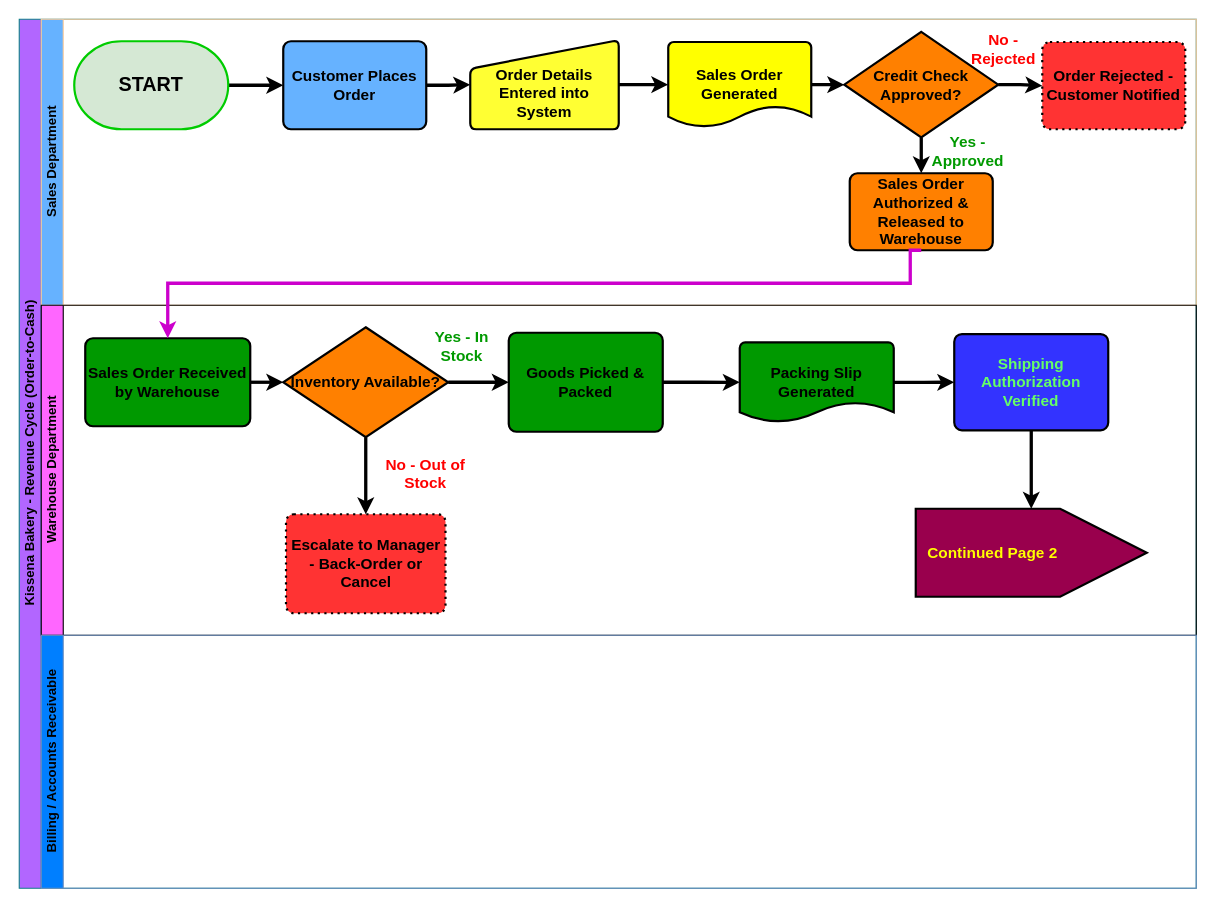
diemo1989-dot/drawio keeps this draw.io diagram as page "Page-1" (1 of 2) of Revenue_Cycle_Controls.drawio. Above is the earlier version. Source tidied: cells renumbered, new cells numbered last; positions are measured from the earlier drawing's top-left corner, leaving out a move shared by most shapes. Both pictures are drawn from the tidied source at 110%, with x=0, y=0 at pixel (19, 19).
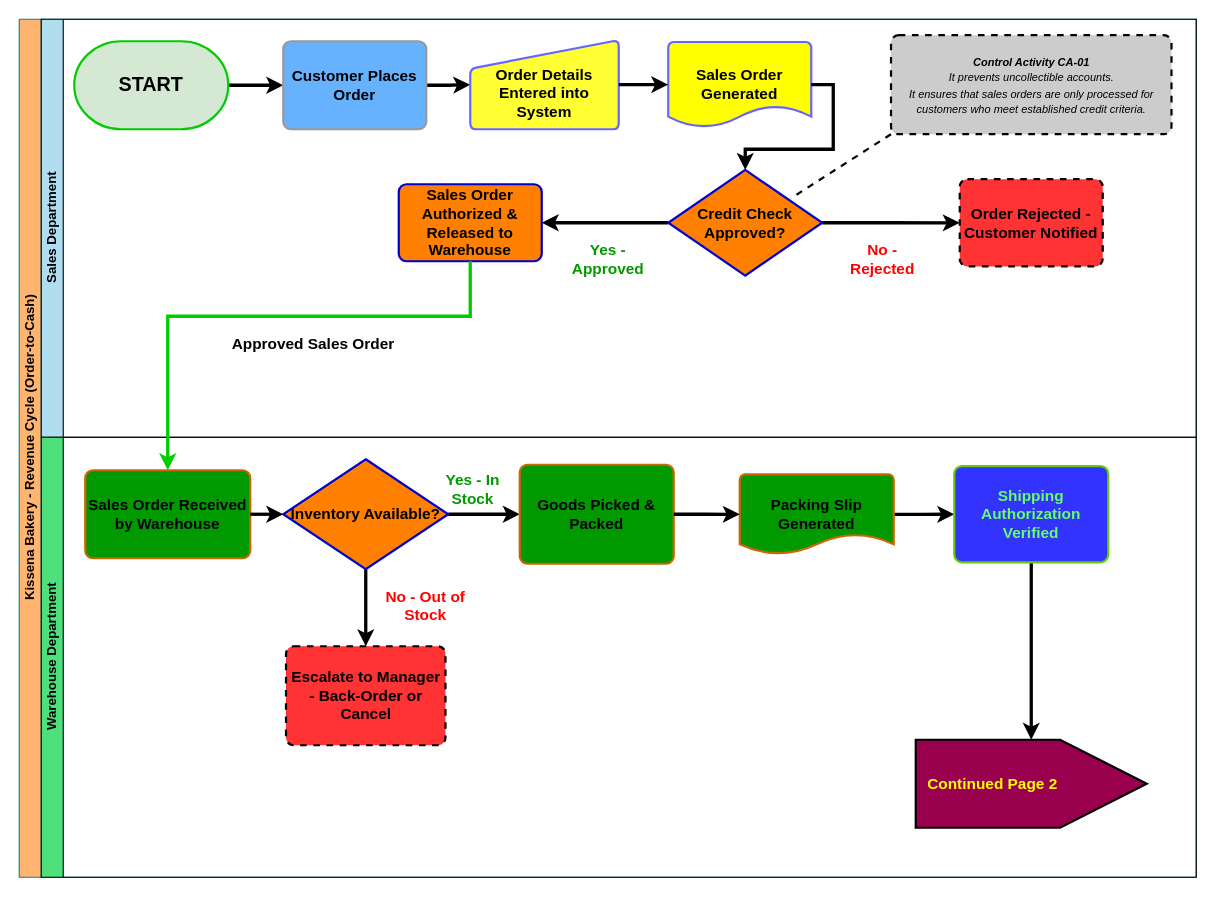
The same diagram, later.

The edit, as a diff of the source:
```diff
@@
-    <mxCell id="2" value="Kissena Bakery - Revenue Cycle (Order-to-Cash)" style="swimlane;horizontal=0;startSize=20;html=1;fillColor=#B266FF;strokeColor=#0e8088;" parent="1" vertex="1">
-      <mxGeometry width="1070" height="790" as="geometry" />
+    <mxCell id="2" value="Kissena Bakery - Revenue Cycle (Order-to-Cash)" style="swimlane;horizontal=0;startSize=20;html=1;fillColor=#FFB570;strokeColor=#0E8088;" parent="1" vertex="1">
+      <mxGeometry width="1070" height="780" as="geometry" />
     </mxCell>
-    <mxCell id="3" value="Sales Department" style="swimlane;startSize=20;horizontal=0;html=1;fillColor=#66B2FF;strokeColor=#FFCC99;" parent="2" vertex="1">
-      <mxGeometry x="20" width="1050" height="260" as="geometry" />
+    <mxCell id="3" value="Sales Department" style="swimlane;startSize=20;horizontal=0;html=1;fillColor=#B1DDF0;strokeColor=#000000;" parent="2" vertex="1">
+      <mxGeometry x="20" width="1050" height="380" as="geometry" />
     </mxCell>
@@
-    <mxCell id="7" value="&lt;b&gt;&lt;font style=&quot;font-size: 14px;&quot;&gt;Customer Places Order&lt;/font&gt;&lt;/b&gt;" style="rounded=1;whiteSpace=wrap;html=1;absoluteArcSize=1;arcSize=14;strokeWidth=2;fillColor=#66B2FF;strokeColor=default;align=center;verticalAlign=middle;fontFamily=Helvetica;fontSize=12;fontColor=default;" parent="3" vertex="1">
+    <mxCell id="7" value="&lt;b&gt;&lt;font style=&quot;font-size: 14px;&quot;&gt;Customer Places Order&lt;/font&gt;&lt;/b&gt;" style="rounded=1;whiteSpace=wrap;html=1;absoluteArcSize=1;arcSize=14;strokeWidth=2;fillColor=#66B2FF;strokeColor=#999999;align=center;verticalAlign=middle;fontFamily=Helvetica;fontSize=12;fontColor=default;" parent="3" vertex="1">
       <mxGeometry x="220" y="20" width="130" height="80" as="geometry" />
     </mxCell>
-    <mxCell id="8" value="&lt;br&gt;&lt;b&gt;&lt;font style=&quot;font-size: 14px; color: rgb(0, 0, 0);&quot;&gt;Order Details Entered into System&lt;/font&gt;&lt;/b&gt;" style="html=1;strokeWidth=2;shape=manualInput;whiteSpace=wrap;rounded=1;size=26;arcSize=11;fillColor=#FFFF33;strokeColor=#000000;" parent="3" vertex="1">
+    <mxCell id="8" value="&lt;br&gt;&lt;b&gt;&lt;font style=&quot;font-size: 14px; color: rgb(0, 0, 0);&quot;&gt;Order Details Entered into System&lt;/font&gt;&lt;/b&gt;" style="html=1;strokeWidth=2;shape=manualInput;whiteSpace=wrap;rounded=1;size=26;arcSize=11;fillColor=#FFFF33;strokeColor=#6666FF;" parent="3" vertex="1">
       <mxGeometry x="390" y="19" width="135" height="81" as="geometry" />
     </mxCell>
-    <mxCell id="9" value="&lt;b&gt;&lt;font style=&quot;font-size: 14px;&quot;&gt;Sales Order Generated&lt;/font&gt;&lt;/b&gt;" style="strokeWidth=2;html=1;shape=mxgraph.flowchart.document2;whiteSpace=wrap;size=0.25;fillColor=#FFFF00;strokeColor=#000000;" parent="3" vertex="1">
+    <mxCell id="9" value="&lt;b&gt;&lt;font style=&quot;font-size: 14px;&quot;&gt;Sales Order Generated&lt;/font&gt;&lt;/b&gt;" style="strokeWidth=2;html=1;shape=mxgraph.flowchart.document2;whiteSpace=wrap;size=0.25;fillColor=#FFFF00;strokeColor=#6666FF;" parent="3" vertex="1">
       <mxGeometry x="570" y="20.7" width="130" height="77.5" as="geometry" />
     </mxCell>
@@
-    <mxCell id="12" style="edgeStyle=orthogonalEdgeStyle;rounded=0;jettySize=auto;html=1;exitX=0.5;exitY=1;exitDx=0;exitDy=0;exitPerimeter=0;entryX=0.5;entryY=0;entryDx=0;entryDy=0;strokeWidth=3;" parent="3" edge="1" source="13" target="18">
+    <mxCell id="12" style="edgeStyle=orthogonalEdgeStyle;rounded=0;jettySize=auto;html=1;exitX=0;exitY=0.5;exitDx=0;exitDy=0;exitPerimeter=0;entryX=1;entryY=0.5;entryDx=0;entryDy=0;strokeWidth=3;" parent="3" edge="1" source="13" target="18">
       <mxGeometry relative="1" as="geometry" />
     </mxCell>
-    <mxCell id="13" value="&lt;font style=&quot;font-size: 14px;&quot;&gt;&lt;b&gt;Credit Check Approved?&lt;/b&gt;&lt;/font&gt;" style="strokeWidth=2;html=1;shape=mxgraph.flowchart.decision;whiteSpace=wrap;fillColor=#FF8000;strokeColor=#000000;" parent="3" vertex="1">
-      <mxGeometry x="730" y="11.5" width="140" height="96" as="geometry" />
+    <mxCell id="13" value="&lt;font style=&quot;font-size: 14px;&quot;&gt;&lt;b&gt;Credit Check Approved?&lt;/b&gt;&lt;/font&gt;" style="strokeWidth=2;html=1;shape=mxgraph.flowchart.decision;whiteSpace=wrap;fillColor=#FF8000;strokeColor=#0000CC;" parent="3" vertex="1">
+      <mxGeometry x="570" y="137" width="140" height="96" as="geometry" />
     </mxCell>
-    <mxCell id="14" style="edgeStyle=orthogonalEdgeStyle;rounded=0;jettySize=auto;html=1;exitX=1;exitY=0.5;exitDx=0;exitDy=0;exitPerimeter=0;entryX=0;entryY=0.5;entryDx=0;entryDy=0;entryPerimeter=0;strokeWidth=3;" parent="3" edge="1" source="9" target="13">
-      <mxGeometry relative="1" as="geometry" />
-    </mxCell>
     <mxCell id="15" value="&lt;font style=&quot;font-size: 14px; color: rgb(0, 153, 0);&quot;&gt;&lt;b style=&quot;&quot;&gt;Yes - Approved&lt;/b&gt;&lt;/font&gt;" style="text;html=1;whiteSpace=wrap;strokeColor=none;fillColor=none;align=center;verticalAlign=middle;rounded=0;" parent="3" vertex="1">
-      <mxGeometry x="815" y="110" width="55" height="19.3" as="geometry" />
+      <mxGeometry x="488" y="208.4" width="55" height="19.3" as="geometry" />
     </mxCell>
     <mxCell id="16" value="&lt;font style=&quot;color: rgb(255, 0, 0); font-size: 14px;&quot;&gt;&lt;b style=&quot;&quot;&gt;No - Rejected&lt;/b&gt;&lt;/font&gt;" style="text;html=1;whiteSpace=wrap;strokeColor=none;fillColor=none;align=center;verticalAlign=middle;rounded=0;" parent="3" vertex="1">
-      <mxGeometry x="845" y="11.5" width="60" height="30" as="geometry" />
+      <mxGeometry x="735" y="203" width="60" height="30" as="geometry" />
     </mxCell>
-    <mxCell id="17" value="&lt;font style=&quot;font-size: 14px;&quot;&gt;&lt;b&gt;Order Rejected - Customer Notified&lt;/b&gt;&lt;/font&gt;" style="rounded=1;whiteSpace=wrap;html=1;absoluteArcSize=1;arcSize=14;strokeWidth=2;fillColor=#FF3333;dashed=1;dashPattern=1 2;" parent="3" vertex="1">
-      <mxGeometry x="910" y="20.7" width="130" height="79.3" as="geometry" />
+    <mxCell id="17" value="&lt;font style=&quot;font-size: 14px;&quot;&gt;&lt;b&gt;Order Rejected - Customer Notified&lt;/b&gt;&lt;/font&gt;" style="rounded=1;whiteSpace=wrap;html=1;absoluteArcSize=1;arcSize=14;strokeWidth=2;fillColor=#FF3333;dashed=1;" parent="3" vertex="1">
+      <mxGeometry x="835" y="145.4" width="130" height="79.3" as="geometry" />
     </mxCell>
-    <mxCell id="18" value="&lt;span style=&quot;text-align: start;&quot;&gt;&lt;font style=&quot;font-size: 14px; color: rgb(0, 0, 0);&quot; face=&quot;Helvetica&quot;&gt;&lt;b style=&quot;&quot;&gt;Sales Order Authorized &amp;amp; Released to Warehouse&lt;/b&gt;&lt;/font&gt;&lt;/span&gt;" style="rounded=1;whiteSpace=wrap;html=1;absoluteArcSize=1;arcSize=14;strokeWidth=2;fillColor=#FF8000;strokeColor=default;align=center;verticalAlign=middle;fontFamily=Helvetica;fontSize=12;fontColor=default;" parent="3" vertex="1">
-      <mxGeometry x="735" y="140" width="130" height="70" as="geometry" />
+    <mxCell id="18" value="&lt;span style=&quot;text-align: start;&quot;&gt;&lt;font style=&quot;font-size: 14px; color: rgb(0, 0, 0);&quot; face=&quot;Helvetica&quot;&gt;&lt;b style=&quot;&quot;&gt;Sales Order Authorized &amp;amp; Released to Warehouse&lt;/b&gt;&lt;/font&gt;&lt;/span&gt;" style="rounded=1;whiteSpace=wrap;html=1;absoluteArcSize=1;arcSize=14;strokeWidth=2;fillColor=#FF8000;strokeColor=#0000CC;align=center;verticalAlign=middle;fontFamily=Helvetica;fontSize=12;fontColor=default;" parent="3" vertex="1">
+      <mxGeometry x="325" y="150" width="130" height="70" as="geometry" />
     </mxCell>
+    <mxCell id="14" style="edgeStyle=orthogonalEdgeStyle;rounded=0;jettySize=auto;html=1;exitX=1;exitY=0.5;exitDx=0;exitDy=0;exitPerimeter=0;entryX=0.5;entryY=0;entryDx=0;entryDy=0;entryPerimeter=0;strokeWidth=3;" parent="3" edge="1" source="9" target="13">
+      <mxGeometry relative="1" as="geometry" />
+    </mxCell>
+    <mxCell id="38" value="&lt;font style=&quot;font-size: 10px;&quot;&gt;&lt;i style=&quot;&quot;&gt;&lt;b&gt;Control Activity CA-01&lt;/b&gt;&lt;/i&gt;&lt;/font&gt;&lt;div&gt;&lt;span style=&quot;font-size: 10px;&quot;&gt;&lt;i&gt;It prevents uncollectible accounts.&lt;/i&gt;&lt;/span&gt;&lt;/div&gt;&lt;div&gt;&lt;i style=&quot;&quot;&gt;&lt;span style=&quot;font-size: 10px;&quot;&gt;It ensures that sales orders are only processed for customers who meet established credit criteria.&lt;/span&gt;&lt;/i&gt;&lt;/div&gt;" style="rounded=1;whiteSpace=wrap;html=1;absoluteArcSize=1;arcSize=14;strokeWidth=2;dashed=1;fillColor=#CCCCCC;" parent="3" vertex="1">
+      <mxGeometry x="772.5" y="14.5" width="255" height="90" as="geometry" />
+    </mxCell>
+    <mxCell id="39" style="rounded=0;jettySize=auto;html=1;exitX=0;exitY=1;exitDx=0;exitDy=0;entryX=0.796;entryY=0.269;entryDx=0;entryDy=0;entryPerimeter=0;endArrow=none;endFill=0;strokeWidth=2;dashed=1;" parent="3" edge="1" source="38" target="13">
+      <mxGeometry relative="1" as="geometry" />
+    </mxCell>
+    <mxCell id="40" value="&lt;font style=&quot;font-size: 14px; color: rgb(0, 0, 0);&quot;&gt;&lt;b style=&quot;&quot;&gt;Approved Sales Order&lt;/b&gt;&lt;/font&gt;" style="text;html=1;whiteSpace=wrap;strokeColor=none;fillColor=none;align=center;verticalAlign=middle;rounded=0;" parent="3" vertex="1">
+      <mxGeometry x="165" y="280" width="165" height="30" as="geometry" />
+    </mxCell>
-    <mxCell id="19" value="Warehouse Department" style="swimlane;startSize=20;horizontal=0;html=1;fillColor=#FF66FF;" parent="2" vertex="1">
-      <mxGeometry x="20" y="260" width="1050" height="300" as="geometry" />
+    <mxCell id="19" value="Warehouse Department" style="swimlane;startSize=20;horizontal=0;html=1;fillColor=#4DE07D;" parent="2" vertex="1">
+      <mxGeometry x="20" y="380" width="1050" height="400" as="geometry" />
     </mxCell>
-    <mxCell id="20" value="&lt;font style=&quot;font-size: 14px;&quot;&gt;&lt;b&gt;Sales Order Received by Warehouse&lt;/b&gt;&lt;/font&gt;" style="rounded=1;whiteSpace=wrap;html=1;absoluteArcSize=1;arcSize=14;strokeWidth=2;fillColor=#009900;" parent="19" vertex="1">
+    <mxCell id="20" value="&lt;font style=&quot;font-size: 14px;&quot;&gt;&lt;b&gt;Sales Order Received by Warehouse&lt;/b&gt;&lt;/font&gt;" style="rounded=1;whiteSpace=wrap;html=1;absoluteArcSize=1;arcSize=14;strokeWidth=2;fillColor=#009900;strokeColor=#CC6600;" parent="19" vertex="1">
       <mxGeometry x="40" y="30" width="150" height="80" as="geometry" />
     </mxCell>
@@
-    <mxCell id="23" value="&lt;b&gt;&lt;font style=&quot;font-size: 14px;&quot;&gt;Inventory Available?&lt;/font&gt;&lt;/b&gt;" style="strokeWidth=2;html=1;shape=mxgraph.flowchart.decision;whiteSpace=wrap;fillColor=#FF8000;strokeColor=default;align=center;verticalAlign=middle;fontFamily=Helvetica;fontSize=12;fontColor=default;" parent="19" vertex="1">
+    <mxCell id="23" value="&lt;b&gt;&lt;font style=&quot;font-size: 14px;&quot;&gt;Inventory Available?&lt;/font&gt;&lt;/b&gt;" style="strokeWidth=2;html=1;shape=mxgraph.flowchart.decision;whiteSpace=wrap;fillColor=#FF8000;strokeColor=#0000CC;align=center;verticalAlign=middle;fontFamily=Helvetica;fontSize=12;fontColor=default;" parent="19" vertex="1">
       <mxGeometry x="220" y="20" width="150" height="100" as="geometry" />
     </mxCell>
@@
-    <mxCell id="26" value="&lt;font style=&quot;font-size: 14px;&quot;&gt;&lt;b&gt;Escalate to Manager - Back-Order or Cancel&lt;/b&gt;&lt;/font&gt;" style="rounded=1;whiteSpace=wrap;html=1;absoluteArcSize=1;arcSize=14;strokeWidth=2;dashed=1;dashPattern=1 2;strokeColor=default;align=center;verticalAlign=middle;fontFamily=Helvetica;fontSize=12;fontColor=default;fillColor=#FF3333;" parent="19" vertex="1">
+    <mxCell id="26" value="&lt;font style=&quot;font-size: 14px;&quot;&gt;&lt;b&gt;Escalate to Manager - Back-Order or Cancel&lt;/b&gt;&lt;/font&gt;" style="rounded=1;whiteSpace=wrap;html=1;absoluteArcSize=1;arcSize=14;strokeWidth=2;dashed=1;strokeColor=default;align=center;verticalAlign=middle;fontFamily=Helvetica;fontSize=12;fontColor=default;fillColor=#FF3333;" parent="19" vertex="1">
       <mxGeometry x="222.5" y="190" width="145" height="90" as="geometry" />
     </mxCell>
@@
-    <mxCell id="28" value="&lt;font style=&quot;font-size: 14px;&quot;&gt;&lt;b&gt;Packing Slip Generated&lt;/b&gt;&lt;/font&gt;" style="strokeWidth=2;html=1;shape=mxgraph.flowchart.document2;whiteSpace=wrap;size=0.25;fillColor=#009900;rounded=1;strokeColor=default;align=center;verticalAlign=middle;arcSize=14;absoluteArcSize=1;fontFamily=Helvetica;fontSize=12;fontColor=default;" parent="19" vertex="1">
+    <mxCell id="28" value="&lt;font style=&quot;font-size: 14px;&quot;&gt;&lt;b&gt;Packing Slip Generated&lt;/b&gt;&lt;/font&gt;" style="strokeWidth=2;html=1;shape=mxgraph.flowchart.document2;whiteSpace=wrap;size=0.25;fillColor=#009900;rounded=1;strokeColor=#CC6600;align=center;verticalAlign=middle;arcSize=14;absoluteArcSize=1;fontFamily=Helvetica;fontSize=12;fontColor=default;" parent="19" vertex="1">
       <mxGeometry x="635" y="33.8" width="140" height="72.5" as="geometry" />
     </mxCell>
@@
-    <mxCell id="30" value="&lt;b&gt;&lt;font style=&quot;font-size: 14px; color: rgb(102, 255, 102);&quot;&gt;Shipping Authorization Verified&lt;/font&gt;&lt;/b&gt;" style="rounded=1;whiteSpace=wrap;html=1;absoluteArcSize=1;arcSize=14;strokeWidth=2;strokeColor=#000000;fillColor=#3333FF;" parent="19" vertex="1">
+    <mxCell id="30" value="&lt;b&gt;&lt;font style=&quot;font-size: 14px; color: rgb(102, 255, 102);&quot;&gt;Shipping Authorization Verified&lt;/font&gt;&lt;/b&gt;" style="rounded=1;whiteSpace=wrap;html=1;absoluteArcSize=1;arcSize=14;strokeWidth=2;strokeColor=#66CC00;fillColor=#3333FF;" parent="19" vertex="1">
       <mxGeometry x="830" y="26.2" width="140" height="87.5" as="geometry" />
     </mxCell>
     <mxCell id="31" style="shape=offPageConnector;whiteSpace=wrap;html=1;rotation=-90;strokeWidth=2;fillColor=#99004D;" parent="19" vertex="1">
-      <mxGeometry x="860" y="120" width="80" height="210" as="geometry" />
+      <mxGeometry x="860" y="210" width="80" height="210" as="geometry" />
     </mxCell>
-    <mxCell id="32" value="&lt;b&gt;&lt;font style=&quot;font-size: 14px;&quot;&gt;Goods Picked &amp;amp; Packed&lt;/font&gt;&lt;/b&gt;" style="rounded=1;whiteSpace=wrap;html=1;absoluteArcSize=1;arcSize=14;strokeWidth=2;fillColor=#009900;strokeColor=default;align=center;verticalAlign=middle;fontFamily=Helvetica;fontSize=12;fontColor=default;" parent="19" vertex="1">
-      <mxGeometry x="425" y="25" width="140" height="90" as="geometry" />
+    <mxCell id="32" value="&lt;b&gt;&lt;font style=&quot;font-size: 14px;&quot;&gt;Goods Picked &amp;amp; Packed&lt;/font&gt;&lt;/b&gt;" style="rounded=1;whiteSpace=wrap;html=1;absoluteArcSize=1;arcSize=14;strokeWidth=2;fillColor=#009900;strokeColor=#CC6600;align=center;verticalAlign=middle;fontFamily=Helvetica;fontSize=12;fontColor=default;" parent="19" vertex="1">
+      <mxGeometry x="435" y="25" width="140" height="90" as="geometry" />
     </mxCell>
@@
     <mxCell id="34" value="&lt;font style=&quot;font-size: 14px; color: rgb(255, 255, 0);&quot;&gt;&lt;b&gt;Continued Page 2&lt;/b&gt;&lt;/font&gt;" style="text;html=1;whiteSpace=wrap;strokeColor=none;fillColor=none;align=center;verticalAlign=middle;rounded=0;" parent="19" vertex="1">
-      <mxGeometry x="800" y="210" width="130" height="30" as="geometry" />
+      <mxGeometry x="800" y="300" width="130" height="30" as="geometry" />
     </mxCell>
     <mxCell id="35" value="&lt;font style=&quot;font-size: 14px; color: rgb(0, 153, 0);&quot;&gt;&lt;b style=&quot;&quot;&gt;Yes - In Stock&lt;/b&gt;&lt;/font&gt;" style="text;html=1;whiteSpace=wrap;strokeColor=none;fillColor=none;align=center;verticalAlign=middle;rounded=0;" parent="19" vertex="1">
-      <mxGeometry x="340" y="20" width="85" height="33.8" as="geometry" />
+      <mxGeometry x="350" y="30" width="85" height="33.8" as="geometry" />
     </mxCell>
-    <mxCell id="36" value="Billing / Accounts Receivable" style="swimlane;startSize=20;horizontal=0;html=1;fillColor=#007FFF;strokeColor=#6c8ebf;gradientColor=none;" parent="2" vertex="1">
-      <mxGeometry x="20" y="560" width="1050" height="230" as="geometry" />
-    </mxCell>
-    <mxCell id="37" style="edgeStyle=orthogonalEdgeStyle;rounded=0;jettySize=auto;html=1;exitX=0.5;exitY=1;exitDx=0;exitDy=0;entryX=0.5;entryY=0;entryDx=0;entryDy=0;strokeWidth=3;strokeColor=#CC00CC;" parent="2" edge="1" source="18" target="20">
+    <mxCell id="37" style="edgeStyle=orthogonalEdgeStyle;rounded=0;jettySize=auto;html=1;exitX=0.5;exitY=1;exitDx=0;exitDy=0;entryX=0.5;entryY=0;entryDx=0;entryDy=0;strokeWidth=3;strokeColor=#00CC00;" parent="2" edge="1" source="18" target="20">
       <mxGeometry relative="1" as="geometry">
         <Array as="points">
-          <mxPoint x="810" y="240" />
-          <mxPoint x="135" y="240" />
+          <mxPoint x="410" y="270" />
+          <mxPoint x="135" y="270" />
         </Array>
       </mxGeometry>
     </mxCell>
```
